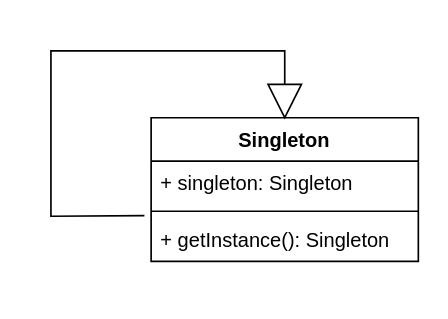
The draw.io diagram Padroes/Singleton/diagrama singleton.drawio in juliocesar1316/bertoti, before the edit. Source tidied: cells renumbered, new cells numbered last; positions are measured from the earlier drawing's top-left corner, leaving out a move shared by most shapes. Both pictures are drawn from the tidied source at 167%, with x=0, y=0 at pixel (50, 50).
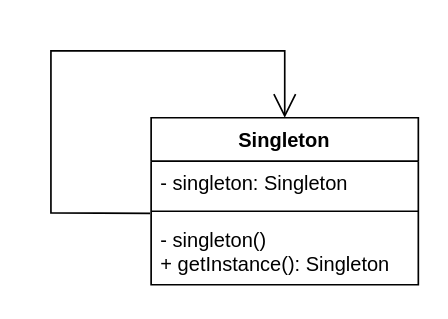
The same diagram, later.

Diff of the diagram source:
```diff
@@
 <mxGraphModel>
   <root>
     <mxCell id="0" />
     <mxCell id="1" parent="0" />
     <mxCell id="2" value="Singleton" style="swimlane;fontStyle=1;align=center;verticalAlign=top;horizontal=1;startSize=26;whiteSpace=wrap;html=1;" parent="1" vertex="1">
-      <mxGeometry x="60" y="40" width="160" height="86" as="geometry" />
+      <mxGeometry x="60" y="40" width="160" height="100" as="geometry" />
     </mxCell>
-    <mxCell id="3" value="+ singleton: Singleton" style="text;strokeColor=none;fillColor=none;align=left;verticalAlign=top;spacingLeft=4;spacingRight=4;overflow=hidden;points=[[0,0.5],[1,0.5]];portConstraint=eastwest;whiteSpace=wrap;html=1;" parent="2" vertex="1">
+    <mxCell id="3" value="- singleton: Singleton" style="text;strokeColor=none;fillColor=none;align=left;verticalAlign=top;spacingLeft=4;spacingRight=4;overflow=hidden;points=[[0,0.5],[1,0.5]];portConstraint=eastwest;whiteSpace=wrap;html=1;" parent="2" vertex="1">
       <mxGeometry y="26" width="160" height="26" as="geometry" />
     </mxCell>
     <mxCell id="4" style="line;strokeWidth=1;fillColor=none;align=left;verticalAlign=middle;spacingTop=-1;spacingLeft=3;spacingRight=3;labelPosition=right;strokeColor=inherit;" parent="2" vertex="1">
       <mxGeometry y="52" width="160" height="8" as="geometry" />
     </mxCell>
-    <mxCell id="5" value="+ getInstance(): Singleton" style="text;strokeColor=none;fillColor=none;align=left;verticalAlign=top;spacingLeft=4;spacingRight=4;overflow=hidden;points=[[0,0.5],[1,0.5]];portConstraint=eastwest;whiteSpace=wrap;html=1;" parent="2" vertex="1">
-      <mxGeometry y="60" width="160" height="26" as="geometry" />
+    <mxCell id="5" value="- singleton()&lt;br&gt;+ getInstance(): Singleton" style="text;strokeColor=none;fillColor=none;align=left;verticalAlign=top;spacingLeft=4;spacingRight=4;overflow=hidden;points=[[0,0.5],[1,0.5]];portConstraint=eastwest;whiteSpace=wrap;html=1;" parent="2" vertex="1">
+      <mxGeometry y="60" width="160" height="40" as="geometry" />
     </mxCell>
-    <mxCell id="6" style="triangle;whiteSpace=wrap;html=1;rotation=90;" parent="1" vertex="1">
-      <mxGeometry x="130" y="20" width="20" height="20" as="geometry" />
-    </mxCell>
-    <mxCell id="7" style="endArrow=none;html=1;rounded=0;exitX=-0.025;exitY=1.256;exitDx=0;exitDy=0;exitPerimeter=0;entryX=0;entryY=0.5;entryDx=0;entryDy=0;" parent="1" edge="1" source="3" target="6">
-      <mxGeometry relative="1" as="geometry">
-        <Array as="points">
-          <mxPoint y="99" />
-          <mxPoint />
-          <mxPoint x="70" />
-          <mxPoint x="140" />
-        </Array>
-      </mxGeometry>
-    </mxCell>
+    <mxCell id="8" style="endArrow=open;endFill=1;endSize=12;html=1;rounded=0;exitX=-0.004;exitY=-0.067;exitDx=0;exitDy=0;exitPerimeter=0;entryX=0.5;entryY=0;entryDx=0;entryDy=0;" parent="2" edge="1" source="5" target="2">
+      <mxGeometry relative="1" as="geometry">
+        <Array as="points">
+          <mxPoint x="-60" y="57" />
+          <mxPoint x="-60" y="-40" />
+          <mxPoint x="80" y="-40" />
+        </Array>
+      </mxGeometry>
+    </mxCell>
   </root>
 </mxGraphModel>
```
